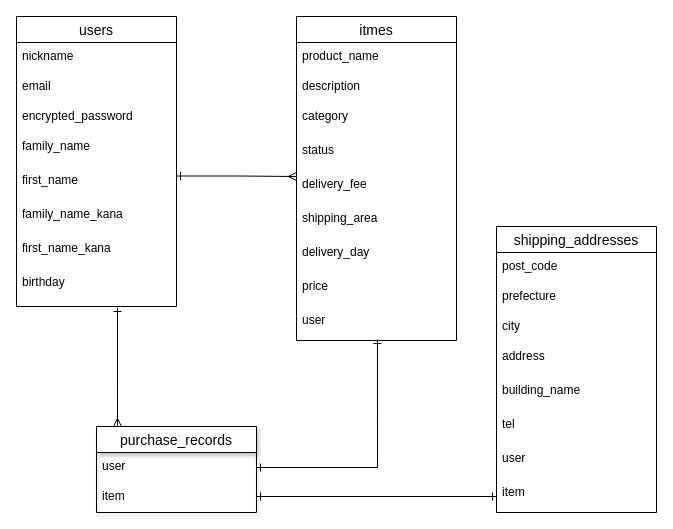
This is furima.dio from kumosekine/furima-36032, a draw.io file, before an edit. Source tidied: cells renumbered, new cells numbered last; positions are measured from the earlier drawing's top-left corner, leaving out a move shared by most shapes. Both pictures are drawn from the tidied source at 100%, with x=0, y=0 at pixel (16, 16).
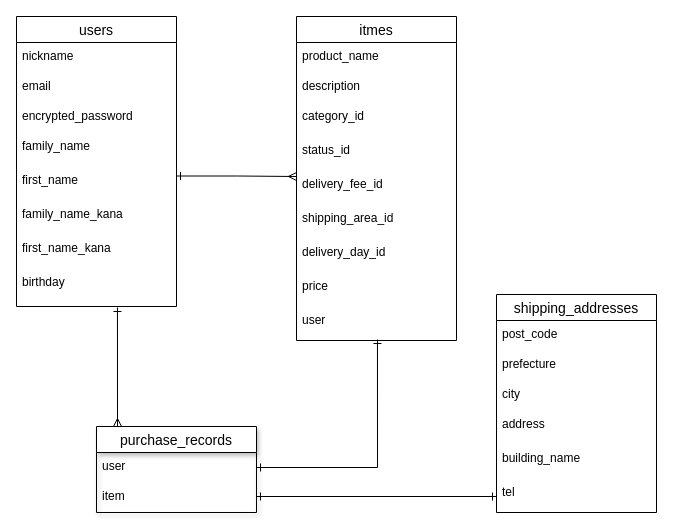
After the change.

Commit message:
ER図を追加修正

The change refers to these unchanged cells:
```xml
<mxCell id="11" value="itmes" style="swimlane;fontStyle=0;horizontal=1;startSize=26;align=center;fontSize=14;" parent="1" vertex="1">
  <mxGeometry x="280" width="160" height="324" as="geometry" />
</mxCell>
```

Diff of the diagram source:
```diff
@@
-    <mxCell id="14" value="category" style="text;strokeColor=none;fillColor=none;spacingLeft=4;spacingRight=4;overflow=hidden;fontSize=12;shadow=1;" parent="11" vertex="1">
+    <mxCell id="14" value="category_id" style="text;strokeColor=none;fillColor=none;spacingLeft=4;spacingRight=4;overflow=hidden;fontSize=12;shadow=1;" parent="11" vertex="1">
       <mxGeometry y="86" width="160" height="34" as="geometry" />
     </mxCell>
-    <mxCell id="15" value="status" style="text;strokeColor=none;fillColor=none;spacingLeft=4;spacingRight=4;overflow=hidden;fontSize=12;shadow=1;" parent="11" vertex="1">
+    <mxCell id="15" value="status_id" style="text;strokeColor=none;fillColor=none;spacingLeft=4;spacingRight=4;overflow=hidden;fontSize=12;shadow=1;" parent="11" vertex="1">
       <mxGeometry y="120" width="160" height="34" as="geometry" />
     </mxCell>
-    <mxCell id="16" value="delivery_fee" style="text;strokeColor=none;fillColor=none;spacingLeft=4;spacingRight=4;overflow=hidden;fontSize=12;shadow=1;" parent="11" vertex="1">
+    <mxCell id="16" value="delivery_fee_id" style="text;strokeColor=none;fillColor=none;spacingLeft=4;spacingRight=4;overflow=hidden;fontSize=12;shadow=1;" parent="11" vertex="1">
       <mxGeometry y="154" width="160" height="34" as="geometry" />
     </mxCell>
-    <mxCell id="17" value="shipping_area" style="text;strokeColor=none;fillColor=none;spacingLeft=4;spacingRight=4;overflow=hidden;fontSize=12;shadow=1;" parent="11" vertex="1">
+    <mxCell id="17" value="shipping_area_id" style="text;strokeColor=none;fillColor=none;spacingLeft=4;spacingRight=4;overflow=hidden;fontSize=12;shadow=1;" parent="11" vertex="1">
       <mxGeometry y="188" width="160" height="34" as="geometry" />
     </mxCell>
-    <mxCell id="18" value="delivery_day" style="text;strokeColor=none;fillColor=none;spacingLeft=4;spacingRight=4;overflow=hidden;fontSize=12;shadow=1;" parent="11" vertex="1">
+    <mxCell id="18" value="delivery_day_id" style="text;strokeColor=none;fillColor=none;spacingLeft=4;spacingRight=4;overflow=hidden;fontSize=12;shadow=1;" parent="11" vertex="1">
       <mxGeometry y="222" width="160" height="34" as="geometry" />
     </mxCell>
@@
     <mxCell id="21" value="shipping_addresses" style="swimlane;fontStyle=0;horizontal=1;startSize=26;align=center;fontSize=14;" parent="1" vertex="1">
-      <mxGeometry x="480" y="210" width="160" height="286" as="geometry" />
+      <mxGeometry x="480" y="278" width="160" height="218" as="geometry" />
     </mxCell>
@@
-    <mxCell id="28" value="user" style="text;strokeColor=none;fillColor=none;spacingLeft=4;spacingRight=4;overflow=hidden;fontSize=12;shadow=1;" parent="21" vertex="1">
-      <mxGeometry y="218" width="160" height="34" as="geometry" />
-    </mxCell>
-    <mxCell id="29" value="item" style="text;strokeColor=none;fillColor=none;spacingLeft=4;spacingRight=4;overflow=hidden;fontSize=12;shadow=1;" parent="21" vertex="1">
-      <mxGeometry y="252" width="160" height="34" as="geometry" />
-    </mxCell>
```
